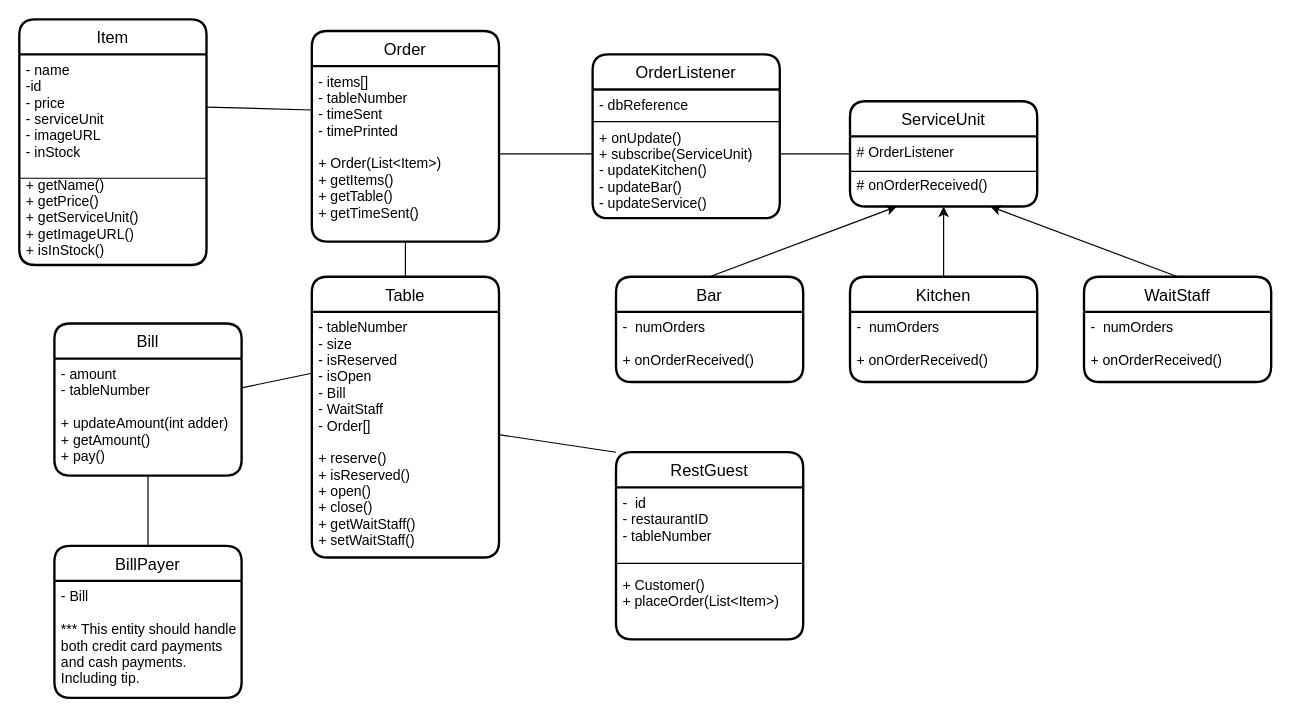
Before: Class Diagram.drawio in SoftwareEng-3010/Diagrams, a draw.io diagram. Source tidied: cells renumbered, new cells numbered last; positions are measured from the earlier drawing's top-left corner, leaving out a move shared by most shapes. Both pictures are drawn from the tidied source at 117%, with x=0, y=0 at pixel (19, 19).
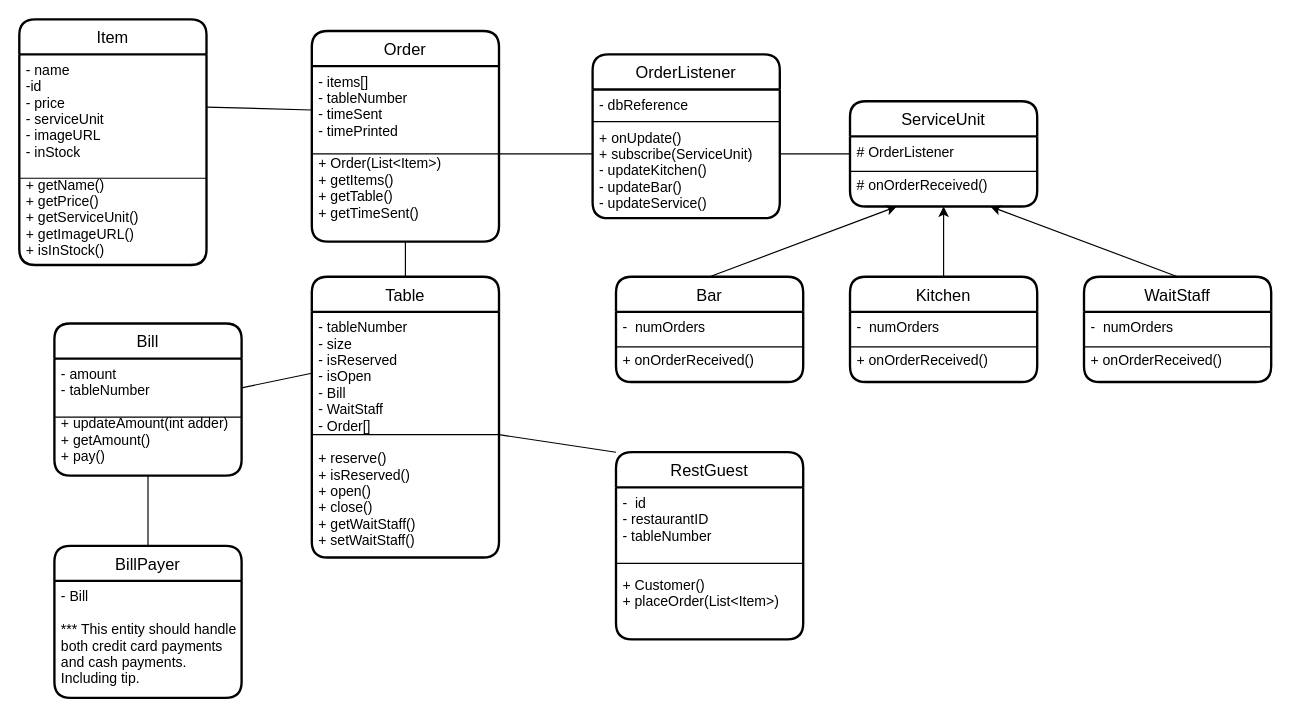
Above is the later version.

Unchanged cells that the change refers to:
```xml
<mxCell id="5" value="WaitStaff" style="swimlane;horizontal=1;startSize=30;rounded=1;fontSize=14;fontStyle=0;strokeWidth=2;shadow=0;dashed=0;align=center;" parent="1" vertex="1">
  <mxGeometry x="910" y="220" width="160" height="90" as="geometry" />
</mxCell>
<mxCell id="6" value="-  numOrders&#10;&#10;+ onOrderReceived()" style="align=left;strokeColor=none;fillColor=none;spacingLeft=4;fontSize=12;verticalAlign=top;" parent="5" vertex="1">
  <mxGeometry y="30" width="160" height="60" as="geometry" />
</mxCell>
<mxCell id="7" value="Kitchen" style="swimlane;horizontal=1;startSize=30;rounded=1;fontSize=14;fontStyle=0;strokeWidth=2;shadow=0;dashed=0;align=center;" parent="1" vertex="1">
  <mxGeometry x="710" y="220" width="160" height="90" as="geometry" />
</mxCell>
<mxCell id="8" value="-  numOrders&#10;&#10;+ onOrderReceived()" style="align=left;strokeColor=none;fillColor=none;spacingLeft=4;fontSize=12;verticalAlign=top;" parent="7" vertex="1">
  <mxGeometry y="30" width="160" height="60" as="geometry" />
</mxCell>
<mxCell id="12" value="Order" style="swimlane;horizontal=1;startSize=30;rounded=1;fontSize=14;fontStyle=0;strokeWidth=2;shadow=0;dashed=0;align=center;" parent="1" vertex="1">
  <mxGeometry x="250" y="10" width="160" height="180" as="geometry" />
</mxCell>
<mxCell id="13" value="- items[]&#10;- tableNumber&#10;- timeSent&#10;- timePrinted&#10;&#10;+ Order(List&lt;Item&gt;)&#10;+ getItems()&#10;+ getTable()&#10;+ getTimeSent()" style="align=left;strokeColor=none;fillColor=none;spacingLeft=4;fontSize=12;verticalAlign=top;" parent="12" vertex="1">
  <mxGeometry y="30" width="160" height="150" as="geometry" />
</mxCell>
<mxCell id="17" value="Bar" style="swimlane;horizontal=1;startSize=30;rounded=1;fontSize=14;fontStyle=0;strokeWidth=2;shadow=0;dashed=0;align=center;" parent="1" vertex="1">
  <mxGeometry x="510" y="220" width="160" height="90" as="geometry" />
</mxCell>
<mxCell id="18" value="-  numOrders&#10;&#10;+ onOrderReceived()" style="align=left;strokeColor=none;fillColor=none;spacingLeft=4;fontSize=12;verticalAlign=top;" parent="17" vertex="1">
  <mxGeometry y="30" width="160" height="60" as="geometry" />
</mxCell>
<mxCell id="30" value="Bill" style="swimlane;horizontal=1;startSize=30;rounded=1;fontSize=14;fontStyle=0;strokeWidth=2;shadow=0;dashed=0;align=center;" parent="1" vertex="1">
  <mxGeometry x="30" y="260" width="160" height="130" as="geometry" />
</mxCell>
<mxCell id="31" value="- amount&#10;- tableNumber&#10;&#10;+ updateAmount(int adder)&#10;+ getAmount()&#10;+ pay()&#10;" style="align=left;strokeColor=none;fillColor=none;spacingLeft=4;fontSize=12;verticalAlign=top;" parent="30" vertex="1">
  <mxGeometry y="30" width="160" height="100" as="geometry" />
</mxCell>
<mxCell id="32" value="Table" style="swimlane;horizontal=1;startSize=30;rounded=1;fontSize=14;fontStyle=0;strokeWidth=2;shadow=0;dashed=0;align=center;" parent="1" vertex="1">
  <mxGeometry x="250" y="220" width="160" height="240" as="geometry" />
</mxCell>
<mxCell id="33" value="- tableNumber&#10;- size&#10;- isReserved&#10;- isOpen&#10;- Bill&#10;- WaitStaff&#10;- Order[]&#10;&#10;+ reserve()&#10;+ isReserved()&#10;+ open()&#10;+ close()&#10;+ getWaitStaff()&#10;+ setWaitStaff()&#10;&#10;" style="align=left;strokeColor=none;fillColor=none;spacingLeft=4;fontSize=12;verticalAlign=top;" parent="32" vertex="1">
  <mxGeometry y="30" width="160" height="210" as="geometry" />
</mxCell>
```

Change to the diagram source:
```diff
@@
+    <mxCell id="38" style="endArrow=none;html=1;rounded=0;entryX=1;entryY=0.5;entryDx=0;entryDy=0;exitX=0;exitY=0.5;exitDx=0;exitDy=0;" parent="5" edge="1" source="6" target="6">
+      <mxGeometry relative="1" as="geometry" />
+    </mxCell>
@@
+    <mxCell id="39" style="endArrow=none;html=1;rounded=0;entryX=1;entryY=0.5;entryDx=0;entryDy=0;exitX=0;exitY=0.5;exitDx=0;exitDy=0;" parent="7" edge="1" source="8" target="8">
+      <mxGeometry relative="1" as="geometry" />
+    </mxCell>
@@
+    <mxCell id="40" style="endArrow=none;html=1;rounded=0;exitX=0;exitY=0.5;exitDx=0;exitDy=0;entryX=1;entryY=0.5;entryDx=0;entryDy=0;" parent="12" edge="1" source="13" target="13">
+      <mxGeometry relative="1" as="geometry" />
+    </mxCell>
@@
+    <mxCell id="41" style="endArrow=none;html=1;rounded=0;entryX=1;entryY=0.5;entryDx=0;entryDy=0;exitX=0;exitY=0.5;exitDx=0;exitDy=0;" parent="17" edge="1" source="18" target="18">
+      <mxGeometry relative="1" as="geometry" />
+    </mxCell>
@@
+    <mxCell id="42" style="endArrow=none;html=1;rounded=0;exitX=0;exitY=0.5;exitDx=0;exitDy=0;entryX=1;entryY=0.5;entryDx=0;entryDy=0;" parent="30" edge="1" source="31" target="31">
+      <mxGeometry relative="1" as="geometry" />
+    </mxCell>
@@
+    <mxCell id="43" style="endArrow=none;html=1;rounded=0;entryX=1;entryY=0.5;entryDx=0;entryDy=0;exitX=0;exitY=0.5;exitDx=0;exitDy=0;" parent="32" edge="1" source="33" target="33">
+      <mxGeometry relative="1" as="geometry" />
+    </mxCell>
```
